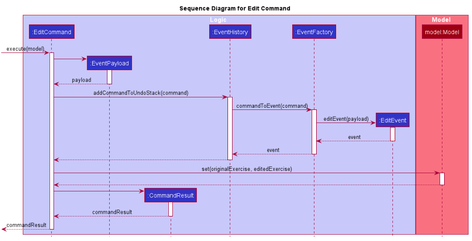
nus-cs2103-AY1920S1/addressbook-level3 keeps this PlantUML diagram as docs/images/UndoableCommandSequenceDiagram.png. Above is the earlier version.
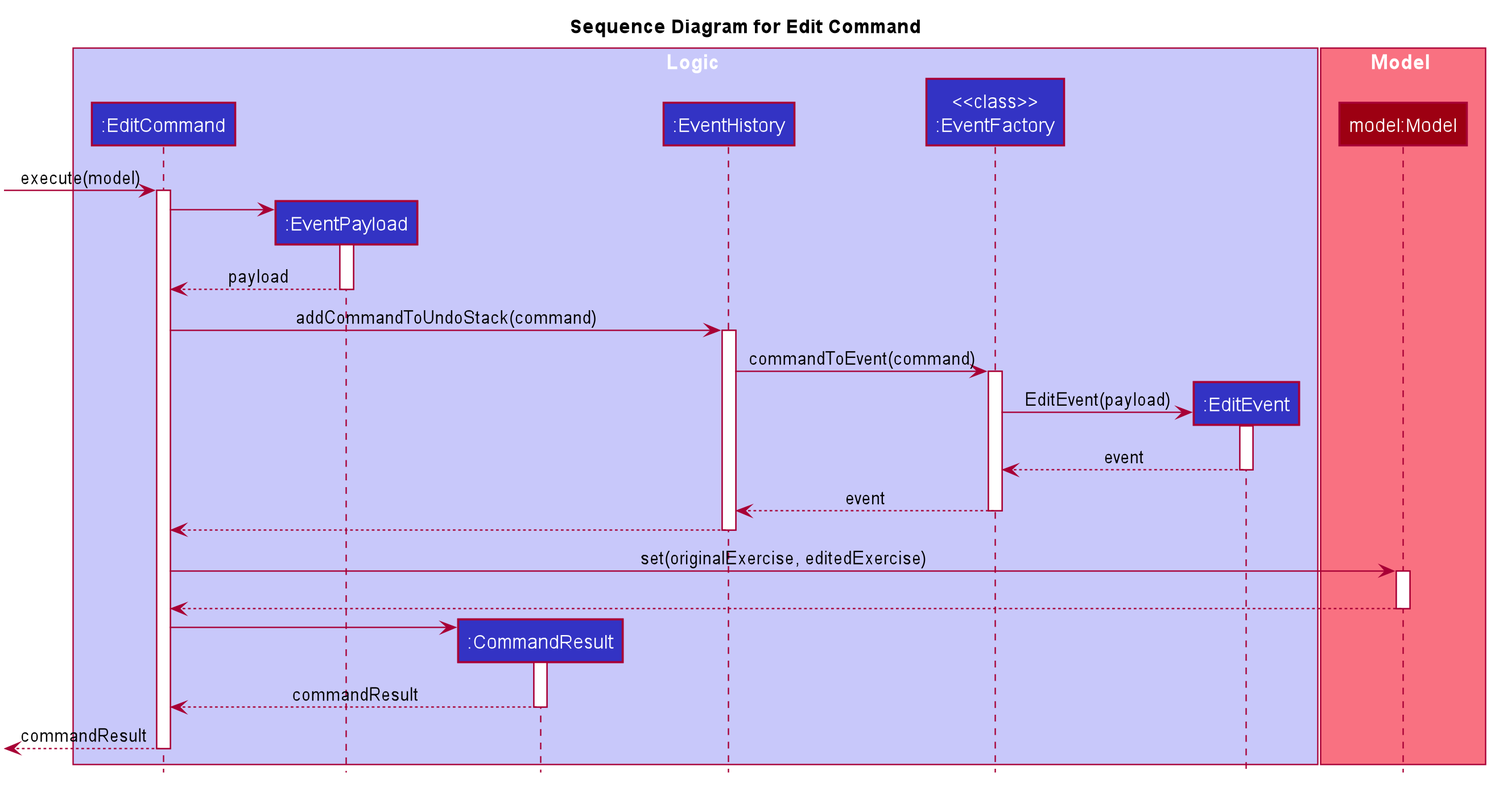
The same diagram one commit later.

Diff of the diagram source:
```diff
@@ -54,7 +54,7 @@
 participant ":EventPayload" as EventPayload #3333C4
 participant ":CommandResult" as CommandResult #3333C4
 participant ":EventHistory" as EventHistory #3333C4
-participant ":EventFactory" as EventFactory #3333C4
+participant "<<class>>\n:EventFactory" as EventFactory #3333C4
 participant ":EditEvent" as EditEvent #3333C4
 end box
 
@@ -80,7 +80,7 @@
         activate EventFactory
 
             create EditEvent
-            EventFactory -> EditEvent : editEvent(payload)
+            EventFactory -> EditEvent : EditEvent(payload)
             activate EditEvent
 
 
```
